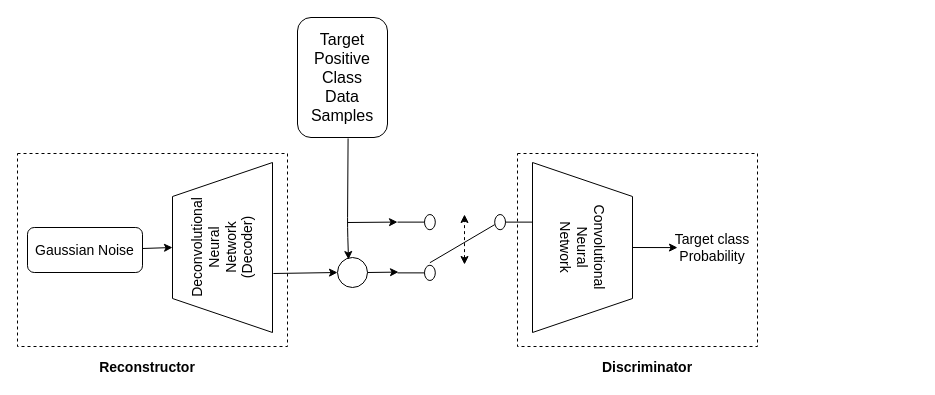
The draw.io diagram Untitled Diagram.drawio in zhiguangxu/OCC-DAL, before the edit. Source tidied: cells renumbered, new cells numbered last; positions are measured from the earlier drawing's top-left corner, leaving out a move shared by most shapes. Both pictures are drawn from the tidied source at 100%, with x=0, y=0 at pixel (17, 17).
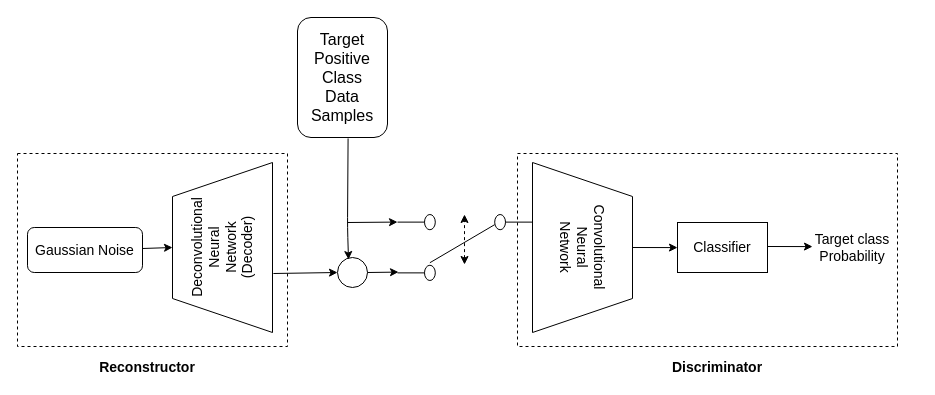
The same page after the edit.

Change to the diagram source:
```diff
@@
     <mxCell id="16" value="&lt;font style=&quot;font-size: 14px&quot;&gt;Target class &lt;br&gt;Probability&lt;/font&gt;" style="text;html=1;strokeColor=none;fillColor=none;align=center;verticalAlign=middle;whiteSpace=wrap;rounded=0;dashed=1;" parent="1" vertex="1">
-      <mxGeometry x="630" y="220" width="130" height="20" as="geometry" />
+      <mxGeometry x="770" y="220" width="130" height="20" as="geometry" />
     </mxCell>
     <mxCell id="17" style="rounded=0;whiteSpace=wrap;html=1;fillColor=none;dashed=1;" parent="1" vertex="1">
-      <mxGeometry x="500" y="136" width="240" height="193" as="geometry" />
+      <mxGeometry x="500" y="136" width="380" height="193" as="geometry" />
     </mxCell>
@@
     <mxCell id="19" value="&lt;font style=&quot;font-size: 14px&quot;&gt;&lt;b&gt;Discriminator&lt;/b&gt;&lt;/font&gt;" style="text;html=1;strokeColor=none;fillColor=none;align=center;verticalAlign=middle;whiteSpace=wrap;rounded=0;dashed=1;" parent="1" vertex="1">
-      <mxGeometry x="610" y="340" width="40" height="20" as="geometry" />
+      <mxGeometry x="680" y="340" width="40" height="20" as="geometry" />
     </mxCell>
+    <mxCell id="20" value="&lt;font style=&quot;font-size: 14px&quot;&gt;Classifier&lt;/font&gt;" style="rounded=0;whiteSpace=wrap;html=1;" parent="1" vertex="1">
+      <mxGeometry x="660" y="205" width="90" height="50" as="geometry" />
+    </mxCell>
+    <mxCell id="21" style="endArrow=classic;html=1;entryX=1;entryY=0.885;entryDx=0;entryDy=0;entryPerimeter=0;exitX=0.5;exitY=0;exitDx=0;exitDy=0;" parent="1" edge="1">
+      <mxGeometry relative="1" as="geometry">
+        <mxPoint x="750" y="229" as="sourcePoint" />
+        <mxPoint x="795" y="229.1" as="targetPoint" />
+      </mxGeometry>
+    </mxCell>
```
